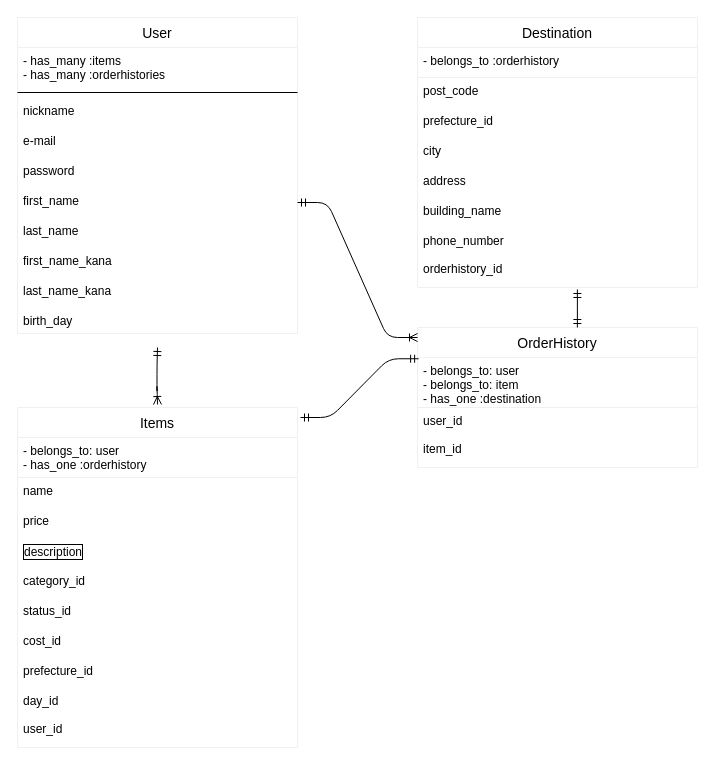
Earlier version of the draw.io diagram ER.dio (MOMOKOS/furima-32522). Source tidied: cells renumbered, new cells numbered last; positions are measured from the earlier drawing's top-left corner, leaving out a move shared by most shapes. Both pictures are drawn from the tidied source at 100%, with x=0, y=0 at pixel (17, 17).
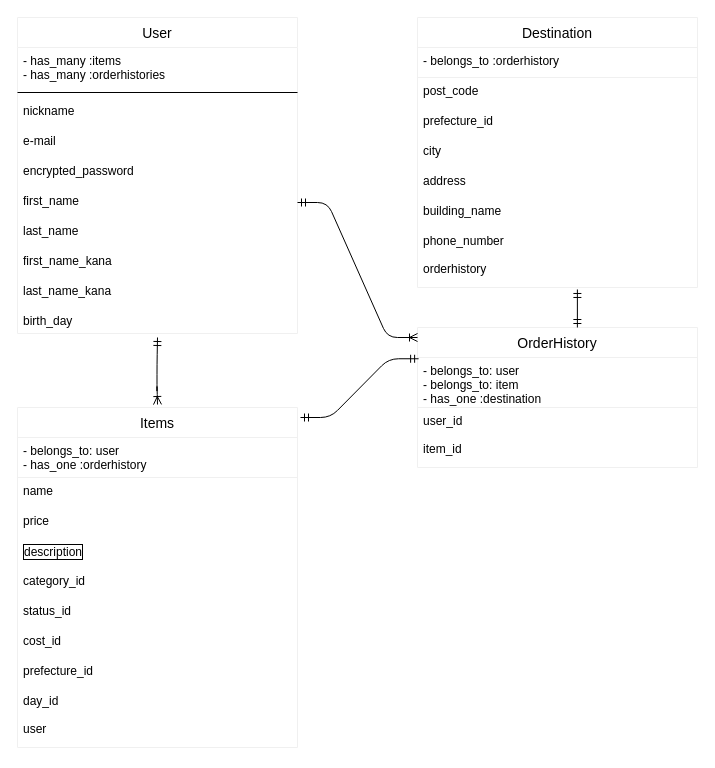
The same diagram, later.

Commit message (it also covers changes not shown here):
データベース設計の修正

The change refers to these unchanged cells:
```xml
<mxCell id="2" value="Items" style="swimlane;fontStyle=0;horizontal=1;startSize=30;align=center;fontSize=14;rounded=0;glass=0;labelBackgroundColor=none;sketch=0;strokeColor=#f0f0f0;fillColor=none;html=0;" parent="1" vertex="1">
  <mxGeometry y="390" width="280" height="340" as="geometry" />
</mxCell>
<mxCell id="12" value="Destination" style="swimlane;fontStyle=0;horizontal=1;startSize=30;align=center;fontSize=14;rounded=0;glass=0;labelBackgroundColor=none;sketch=0;strokeColor=#f0f0f0;fillColor=none;html=0;" parent="1" vertex="1">
  <mxGeometry x="400" width="280" height="270" as="geometry" />
</mxCell>
<mxCell id="23" value="User" style="swimlane;fontStyle=0;horizontal=1;startSize=30;align=center;fontSize=14;rounded=0;glass=0;labelBackgroundColor=none;sketch=0;strokeColor=#f0f0f0;fillColor=none;html=0;" parent="1" vertex="1">
  <mxGeometry width="280" height="316" as="geometry" />
</mxCell>
```

Diff of the diagram source:
```diff
@@
-    <mxCell id="11" value="day_id&#10;&#10;user_id" style="text;strokeColor=none;fillColor=none;spacingLeft=4;spacingRight=4;overflow=hidden;fontSize=12;" parent="2" vertex="1">
+    <mxCell id="11" value="day_id&#10;&#10;user" style="text;strokeColor=none;fillColor=none;spacingLeft=4;spacingRight=4;overflow=hidden;fontSize=12;" parent="2" vertex="1">
       <mxGeometry y="280" width="280" height="60" as="geometry" />
     </mxCell>
@@
-    <mxCell id="19" value="phone_number&#10;&#10;orderhistory_id" style="text;strokeColor=none;fillColor=none;spacingLeft=4;spacingRight=4;overflow=hidden;points=[[0,0.5],[1,0.5]];portConstraint=eastwest;fontSize=12;" parent="12" vertex="1">
+    <mxCell id="19" value="phone_number&#10;&#10;orderhistory" style="text;strokeColor=none;fillColor=none;spacingLeft=4;spacingRight=4;overflow=hidden;points=[[0,0.5],[1,0.5]];portConstraint=eastwest;fontSize=12;" parent="12" vertex="1">
       <mxGeometry y="210" width="280" height="60" as="geometry" />
     </mxCell>
@@
-    <mxCell id="28" value="password" style="text;strokeColor=none;fillColor=none;spacingLeft=4;spacingRight=4;overflow=hidden;fontSize=12;" parent="23" vertex="1">
+    <mxCell id="28" value="encrypted_password" style="text;strokeColor=none;fillColor=none;spacingLeft=4;spacingRight=4;overflow=hidden;fontSize=12;" parent="23" vertex="1">
       <mxGeometry y="140" width="280" height="30" as="geometry" />
     </mxCell>
@@
     <mxCell id="34" style="fontSize=12;html=1;endArrow=ERoneToMany;startArrow=ERmandOne;startFill=0;" parent="1" edge="1">
       <mxGeometry relative="1" as="geometry">
-        <mxPoint x="140" y="330" as="sourcePoint" />
+        <mxPoint x="140" y="320" as="sourcePoint" />
         <mxPoint x="140" y="387" as="targetPoint" />
         <Array as="points">
           <mxPoint x="139.5" y="347" />
           <mxPoint x="139.5" y="377" />
           <mxPoint x="139.5" y="367" />
         </Array>
       </mxGeometry>
     </mxCell>
```
